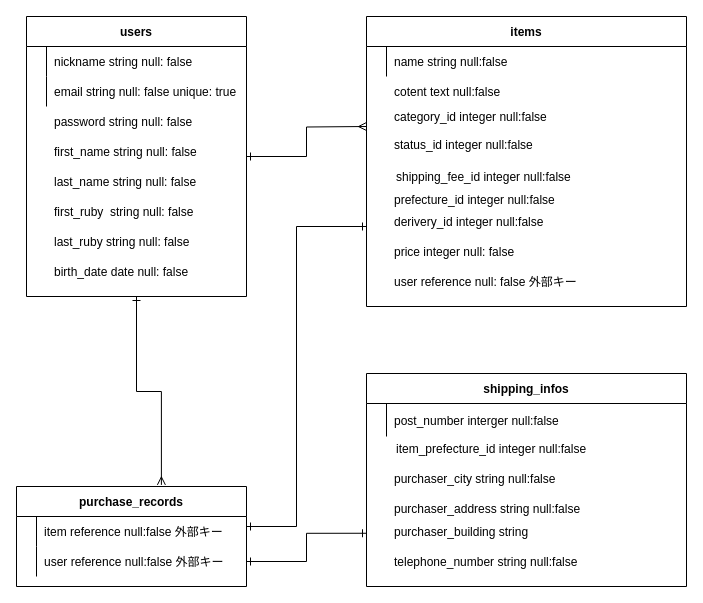
This is furima_er.dio from takeshi2286/furima-36326, a draw.io file, before an edit. Source tidied: cells renumbered, new cells numbered last; positions are measured from the earlier drawing's top-left corner, leaving out a move shared by most shapes. Both pictures are drawn from the tidied source at 100%, with x=0, y=0 at pixel (16, 16).
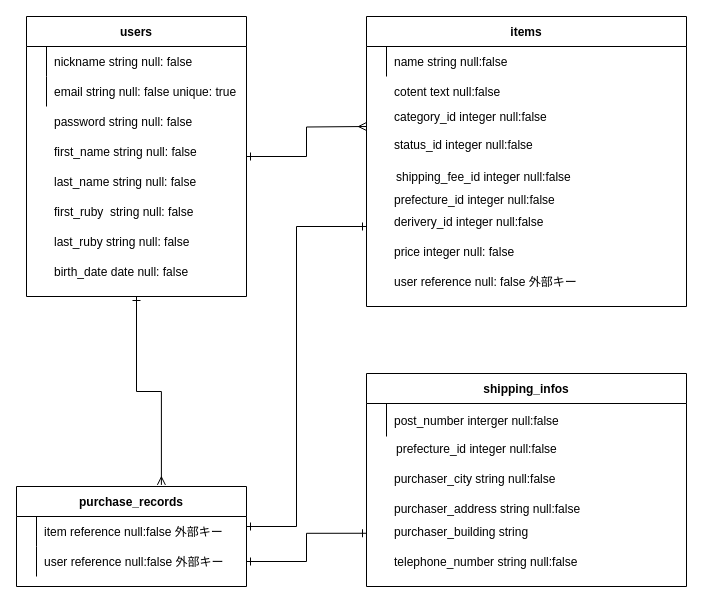
The same diagram, later.

The edit, as a diff of the source:
```diff
@@
-    <mxCell id="49" value="item_prefecture_id integer null:false" style="shape=partialRectangle;fillColor=none;top=0;left=0;bottom=0;right=0;align=left;spacingLeft=6;overflow=hidden;" parent="1" vertex="1">
+    <mxCell id="49" value="prefecture_id integer null:false" style="shape=partialRectangle;fillColor=none;top=0;left=0;bottom=0;right=0;align=left;spacingLeft=6;overflow=hidden;" parent="1" vertex="1">
       <mxGeometry x="372" y="417" width="220" height="30" as="geometry" />
     </mxCell>
```
